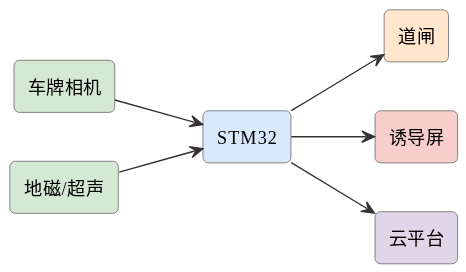
Above: assets/diagrams/ideas-fig60.svg in mingyi0818/IntelligentMcuCourse (PlantUML), before the change.
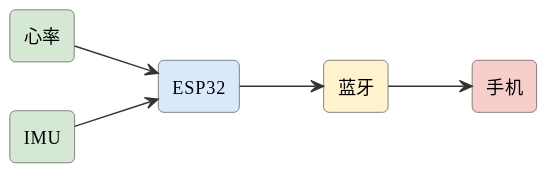
Above is the later version.

What changed in the source:
```diff
@@ -6,15 +6,13 @@
 skinparam arrowFontSize 11
 skinparam arrowColor #333
 left to right direction
-rectangle "车牌相机" as cam #d5e8d4
-rectangle "STM32" as stm #dae8fc
-rectangle "地磁/超声" as mag #d5e8d4
-rectangle "道闸" as gate #ffe6cc
-rectangle "诱导屏" as scr #f8cecc
-rectangle "云平台" as cloud #e1d5e8
-cam --> stm
-mag --> stm
-stm --> gate
-stm --> scr
-stm --> cloud
+rectangle "心率" as hr #d5e8d4
+rectangle "IMU" as imu #d5e8d4
+rectangle "ESP32" as esp #dae8fc
+rectangle "蓝牙" as bt #fff2cc
+rectangle "手机" as app #f8cecc
+hr --> esp
+imu --> esp
+esp --> bt
+bt --> app
 @enduml
```
